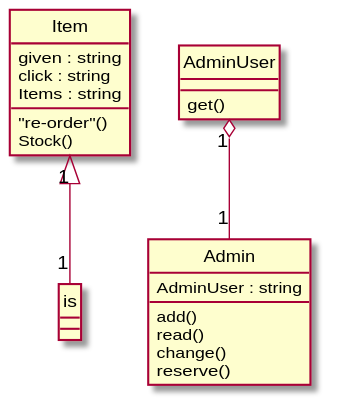
This is Diagrams/2017-USC-Project02.svg from xixixhalu/DomainModelExtractor, a PlantUML export, as it was before one commit.
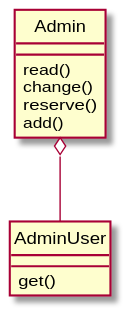
After the commit.

Diff of the diagram source:
```diff
@@ -1,22 +1,13 @@
 @startuml
 hide circle
-class Item {
-	given : string
-	click : string
-	Items : string
-	"re-order"()
-	Stock()
-}
 class Admin {
-	AdminUser : string
-	add()
 	read()
 	change()
 	reserve()
+	add()
 }
 class AdminUser {
 	get()
 }
-Item "1" <|-- "1" is
-AdminUser "1" o-- "1" Admin
+Admin o-- AdminUser
 @enduml
```
